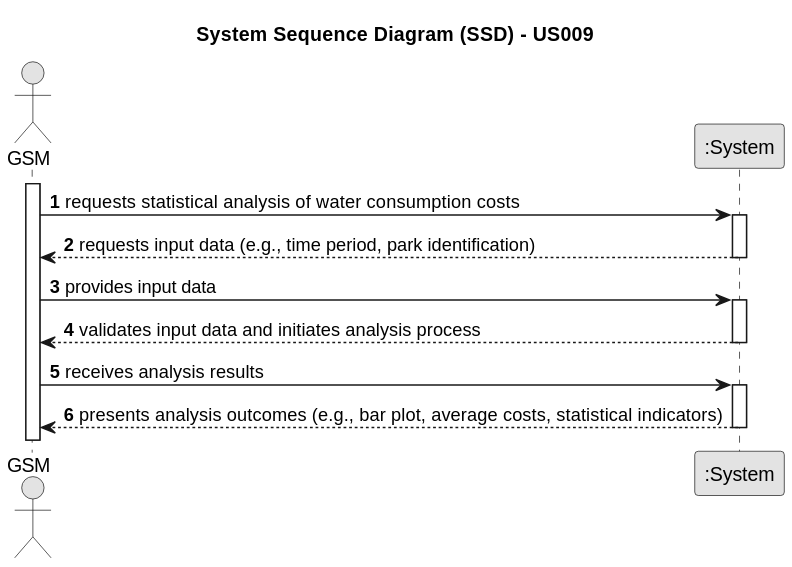
Above: docs/sprintB/us009/01.requirements-engineering/svg/us009-system-sequence-diagram-alternative-one.svg in ricardomm7/leaflink (PlantUML), before the change.
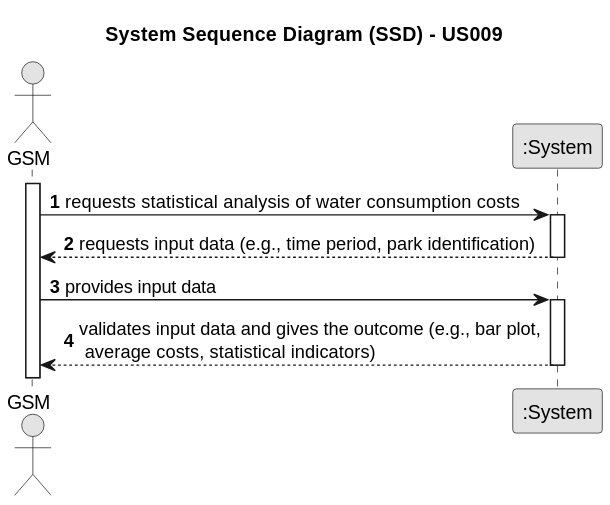
The same diagram one commit later.

Diff of the diagram source:
```diff
@@ -21,12 +21,6 @@
     GSM -> System : provides input data
     activate System
 
-        System --> GSM : validates input data and initiates analysis process
-    deactivate System
-
-    GSM -> System : receives analysis results
-    activate System
-
-        System --> GSM : presents analysis outcomes (e.g., bar plot, average costs, statistical indicators)
+        System --> GSM : validates input data and gives the outcome (e.g., bar plot,\n average costs, statistical indicators)
     deactivate System
 @enduml
```
